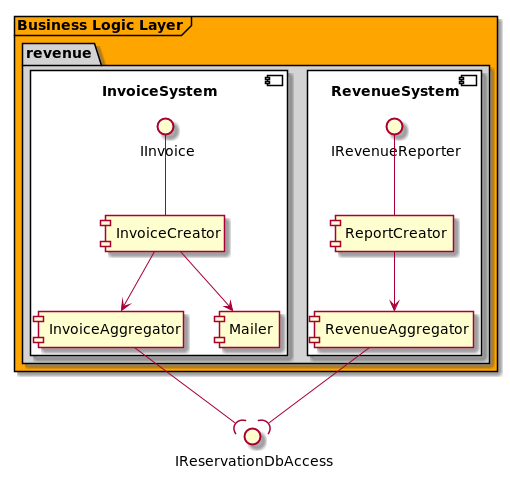
BBKbeam/mtRooms keeps this PlantUML diagram as docs/uml/architecture/revenue.png. Above is the earlier version.
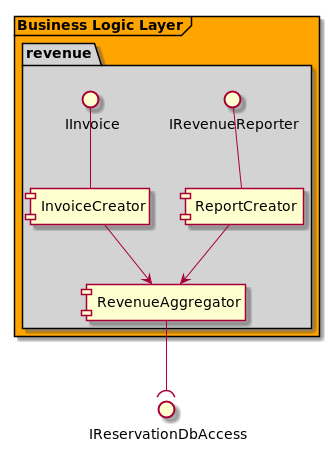
After the commit.

Change to the diagram source:
```diff
@@ -8,25 +8,16 @@
 
 frame "Business Logic Layer" #orange {
     package "revenue" {
-        component RevenueSystem #white {
             IRevenueReporter -- [ReportCreator]
+            IInvoice -- [InvoiceCreator]
             [RevenueAggregator]
 
             ReportCreator --> RevenueAggregator
-        }
+            InvoiceCreator --> RevenueAggregator
 
-        component InvoiceSystem #white {
-            IInvoice -- [InvoiceCreator]
-            [InvoiceAggregator]
-            [Mailer]
-
-            InvoiceCreator --> InvoiceAggregator
-            InvoiceCreator --> Mailer
-        }
     }
 }
 
-InvoiceAggregator --( IReservationDbAccess
 RevenueAggregator --( IReservationDbAccess
 
 @enduml
```
